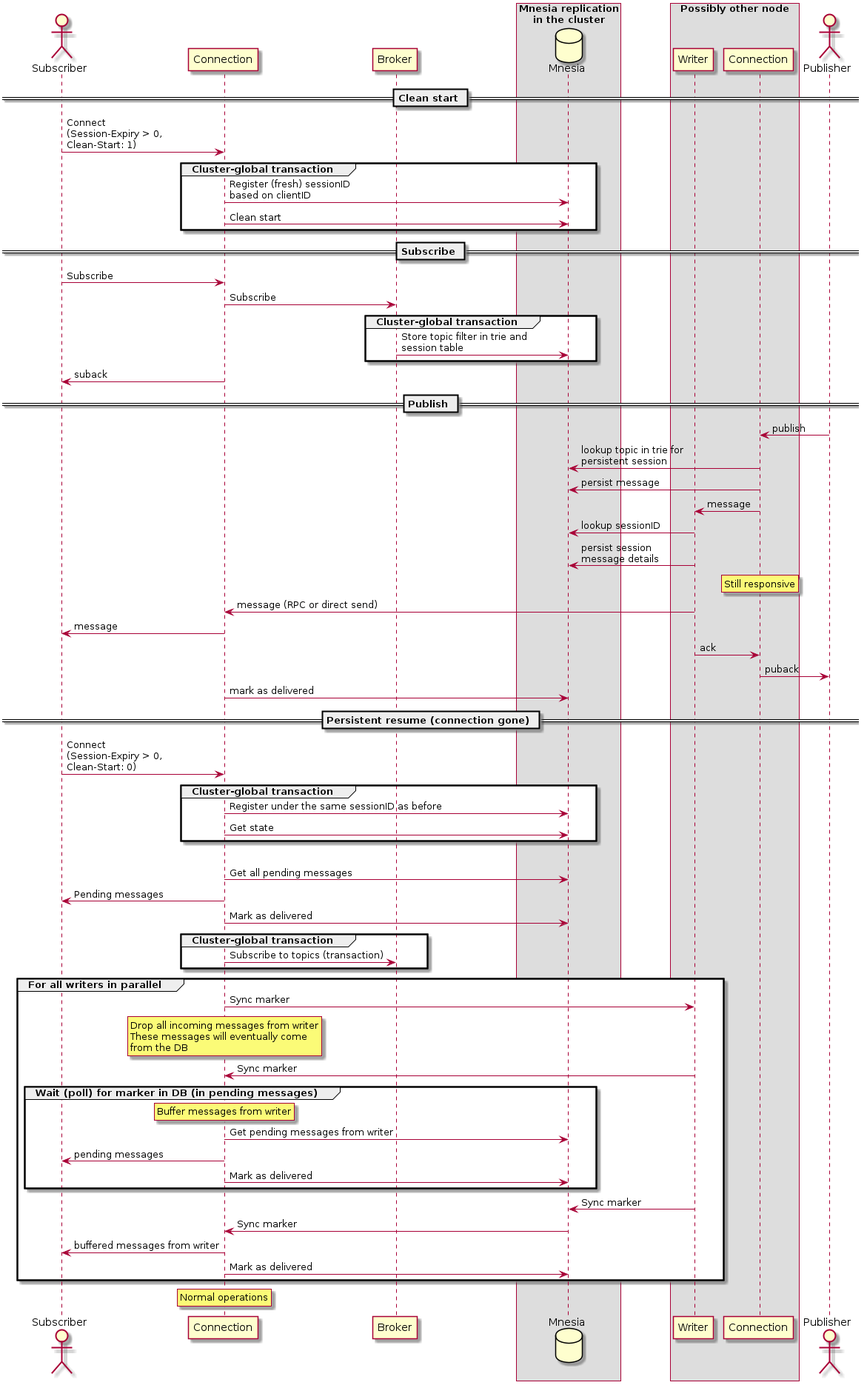
emqx/eip keeps this PlantUML diagram as active/0011-assets/flows.png. Above is the earlier version.
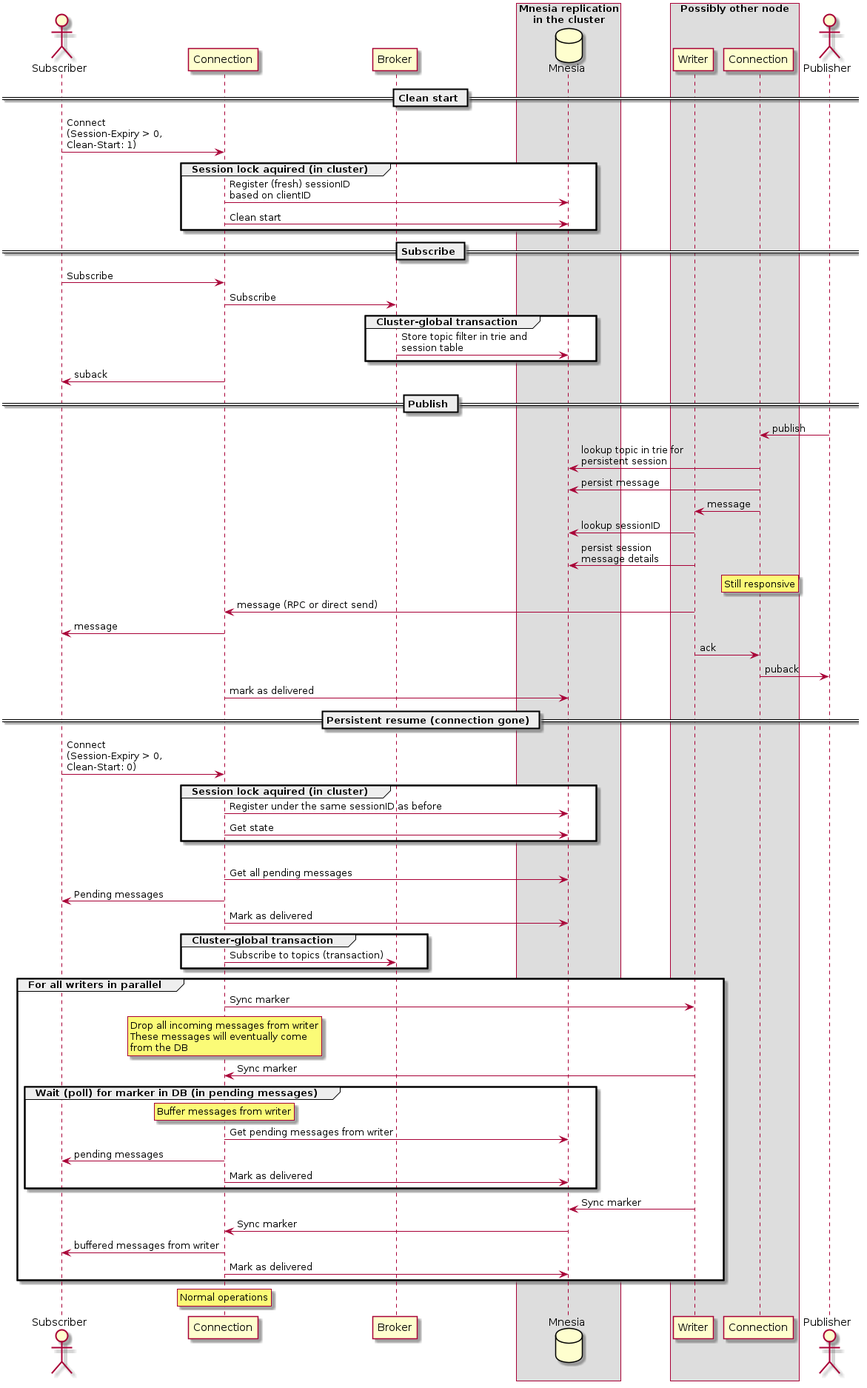
Later version of the same file.

Commit message:
Change from transaction to lock on session init

Change to the diagram source:
```diff
@@ -14,7 +14,7 @@
 
 == Clean start ==
 sub -> subcon : Connect\n(Session-Expiry > 0,\nClean-Start: 1)
-group Cluster-global transaction
+group Session lock aquired (in cluster)
   subcon -> mnesia : Register (fresh) sessionID\nbased on clientID
   subcon -> mnesia : Clean start
 end
@@ -46,7 +46,7 @@
 
 == Persistent resume (connection gone) ==
 sub -> subcon : Connect\n(Session-Expiry > 0,\nClean-Start: 0)
-group Cluster-global transaction
+group Session lock aquired (in cluster)
   subcon -> mnesia : Register under the same sessionID as before
   subcon -> mnesia : Get state
 end group
```
